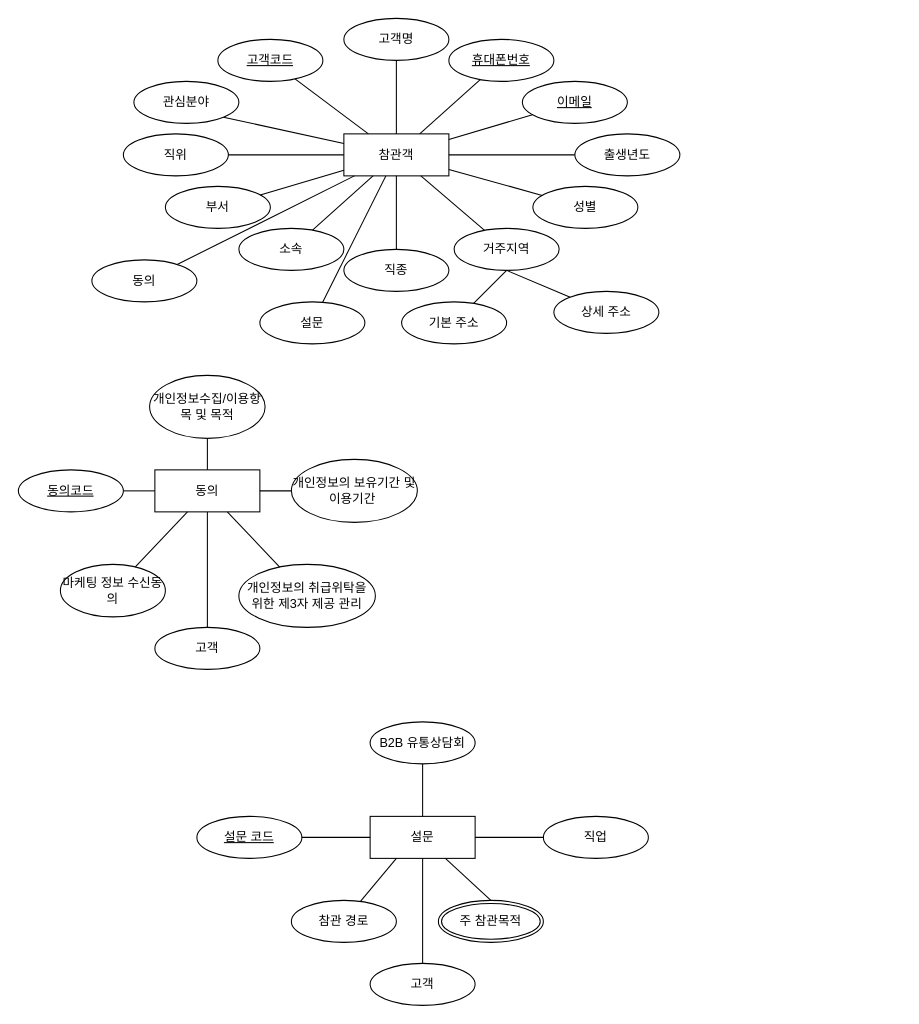
Before: space-design-fair-pre-erd.drawio in hann0079/erd-for-es, a draw.io diagram. Source tidied: cells renumbered, new cells numbered last; positions are measured from the earlier drawing's top-left corner, leaving out a move shared by most shapes. Both pictures are drawn from the tidied source at 105%, with x=0, y=0 at pixel (18, 18).
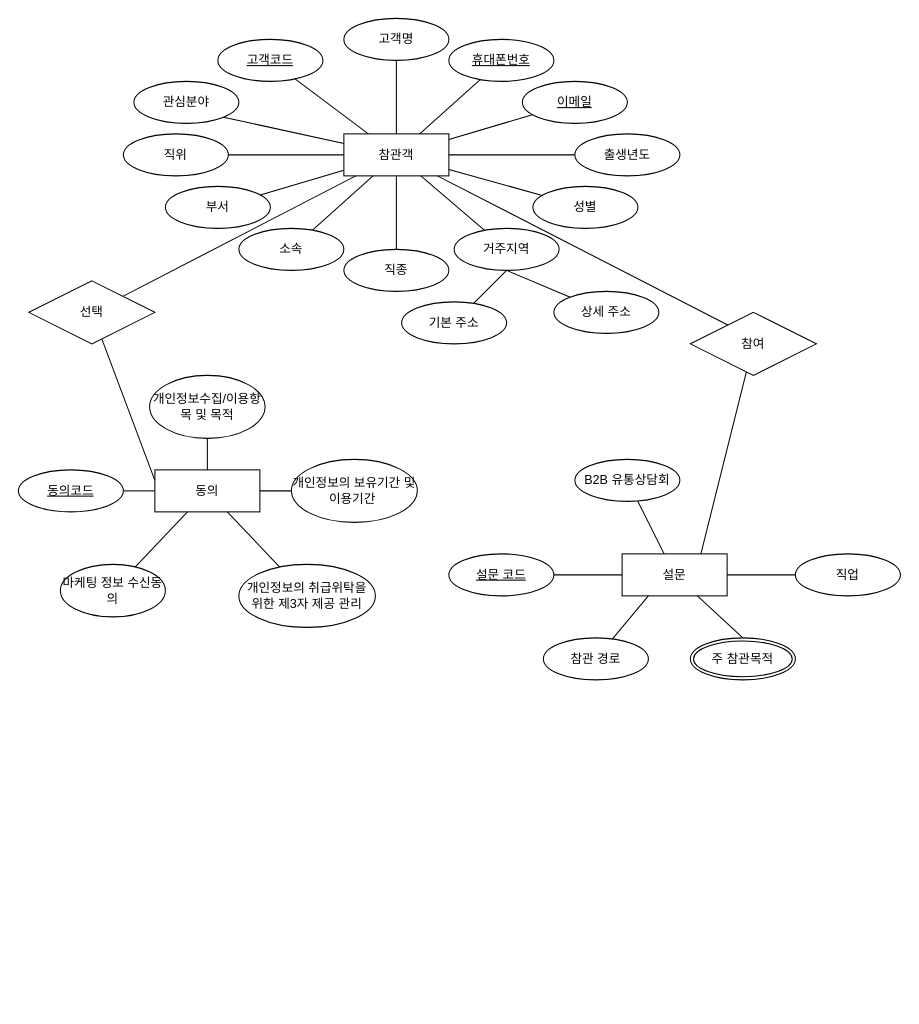
Above is the later version.

Commit message:
Refined Schema

The change refers to these unchanged cells:
```xml
<mxCell id="2" value="참관객" style="whiteSpace=wrap;html=1;align=center;" parent="1" vertex="1">
  <mxGeometry x="310" y="110" width="100" height="40" as="geometry" />
</mxCell>
<mxCell id="21" value="동의" style="whiteSpace=wrap;html=1;align=center;" parent="1" vertex="1">
  <mxGeometry x="130" y="430" width="100" height="40" as="geometry" />
</mxCell>
```

What changed in the source:
```diff
@@
     <mxCell id="26" value="설문" style="whiteSpace=wrap;html=1;align=center;" parent="1" vertex="1">
-      <mxGeometry x="335" y="760" width="100" height="40" as="geometry" />
+      <mxGeometry x="575" y="510" width="100" height="40" as="geometry" />
     </mxCell>
     <mxCell id="27" value="참관 경로" style="ellipse;whiteSpace=wrap;html=1;align=center;" parent="1" vertex="1">
-      <mxGeometry x="260" y="840" width="100" height="40" as="geometry" />
+      <mxGeometry x="500" y="590" width="100" height="40" as="geometry" />
     </mxCell>
@@
     <mxCell id="29" value="설문 코드" style="ellipse;whiteSpace=wrap;html=1;align=center;fontStyle=4;" parent="1" vertex="1">
-      <mxGeometry x="170" y="760" width="100" height="40" as="geometry" />
+      <mxGeometry x="410" y="510" width="100" height="40" as="geometry" />
     </mxCell>
@@
     <mxCell id="31" value="B2B 유통상담회" style="ellipse;whiteSpace=wrap;html=1;align=center;" parent="1" vertex="1">
-      <mxGeometry x="335" y="670" width="100" height="40" as="geometry" />
+      <mxGeometry x="530" y="420" width="100" height="40" as="geometry" />
     </mxCell>
@@
     <mxCell id="33" value="주 참관목적" style="ellipse;shape=doubleEllipse;margin=3;whiteSpace=wrap;html=1;align=center;" parent="1" vertex="1">
-      <mxGeometry x="400" y="840" width="100" height="40" as="geometry" />
+      <mxGeometry x="640" y="590" width="100" height="40" as="geometry" />
     </mxCell>
     <mxCell id="34" value="직업" style="ellipse;whiteSpace=wrap;html=1;align=center;" parent="1" vertex="1">
-      <mxGeometry x="500" y="760" width="100" height="40" as="geometry" />
+      <mxGeometry x="740" y="510" width="100" height="40" as="geometry" />
     </mxCell>
@@
-    <mxCell id="53" value="동의" style="ellipse;whiteSpace=wrap;html=1;align=center;" parent="1" vertex="1">
-      <mxGeometry x="70" y="230" width="100" height="40" as="geometry" />
-    </mxCell>
-    <mxCell id="54" value="설문" style="ellipse;whiteSpace=wrap;html=1;align=center;" parent="1" vertex="1">
-      <mxGeometry x="230" y="270" width="100" height="40" as="geometry" />
-    </mxCell>
-    <mxCell id="55" style="endArrow=none;html=1;rounded=0;" parent="1" edge="1" source="53" target="2">
+    <mxCell id="55" style="endArrow=none;html=1;rounded=0;" parent="1" edge="1" source="61" target="2">
       <mxGeometry relative="1" as="geometry" />
     </mxCell>
-    <mxCell id="56" style="endArrow=none;html=1;rounded=0;" parent="1" edge="1" source="54" target="2">
+    <mxCell id="56" style="endArrow=none;html=1;rounded=0;exitX=0.32;exitY=0.223;exitDx=0;exitDy=0;exitPerimeter=0;" parent="1" edge="1" source="62" target="2">
       <mxGeometry relative="1" as="geometry" />
     </mxCell>
-    <mxCell id="57" value="고객" style="ellipse;whiteSpace=wrap;html=1;align=center;" parent="1" vertex="1">
-      <mxGeometry x="130" y="580" width="100" height="40" as="geometry" />
-    </mxCell>
-    <mxCell id="58" value="고객" style="ellipse;whiteSpace=wrap;html=1;align=center;" parent="1" vertex="1">
-      <mxGeometry x="335" y="900" width="100" height="40" as="geometry" />
-    </mxCell>
-    <mxCell id="59" style="endArrow=none;html=1;rounded=0;entryX=0.5;entryY=1;entryDx=0;entryDy=0;" parent="1" edge="1" source="57" target="21">
+    <mxCell id="59" style="endArrow=none;html=1;rounded=0;entryX=0;entryY=0.25;entryDx=0;entryDy=0;" parent="1" edge="1" source="61" target="21">
       <mxGeometry relative="1" as="geometry" />
     </mxCell>
-    <mxCell id="60" style="endArrow=none;html=1;rounded=0;entryX=0.5;entryY=1;entryDx=0;entryDy=0;exitX=0.5;exitY=0;exitDx=0;exitDy=0;" parent="1" edge="1" source="58" target="26">
+    <mxCell id="60" style="endArrow=none;html=1;rounded=0;entryX=0.75;entryY=0;entryDx=0;entryDy=0;" parent="1" edge="1" source="62" target="26">
       <mxGeometry relative="1" as="geometry" />
     </mxCell>
+    <mxCell id="61" value="선택" style="shape=rhombus;perimeter=rhombusPerimeter;whiteSpace=wrap;html=1;align=center;" parent="1" vertex="1">
+      <mxGeometry x="10" y="250" width="120" height="60" as="geometry" />
+    </mxCell>
+    <mxCell id="62" value="참여" style="shape=rhombus;perimeter=rhombusPerimeter;whiteSpace=wrap;html=1;align=center;" parent="1" vertex="1">
+      <mxGeometry x="640" y="280" width="120" height="60" as="geometry" />
+    </mxCell>
```
